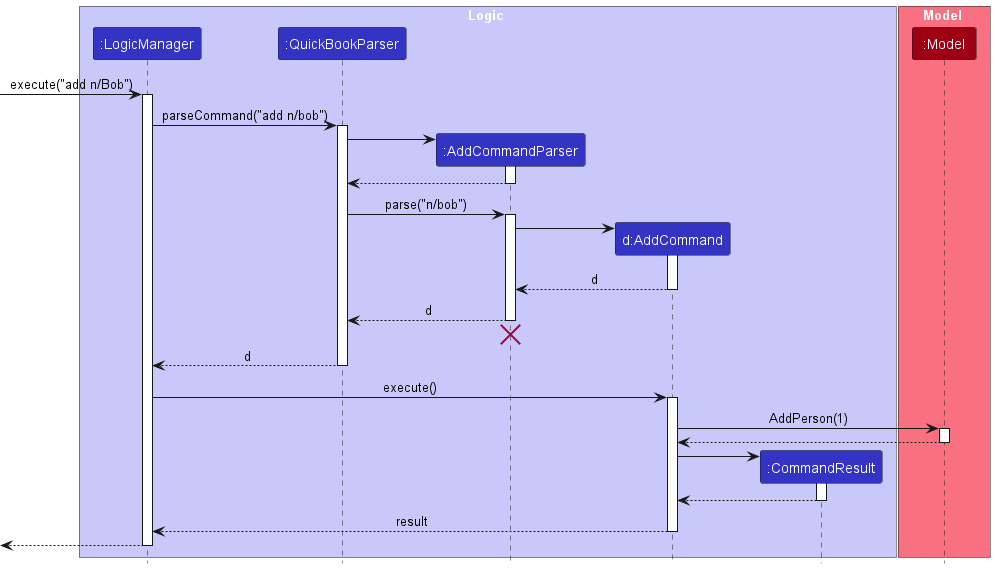
Earlier version of the PlantUML export docs/images/AddSequenceDiagram.png (nus-cs2103-AY2223S2/tp). Its source is kept beside it as docs/diagrams/AddSequenceDiagram.puml.
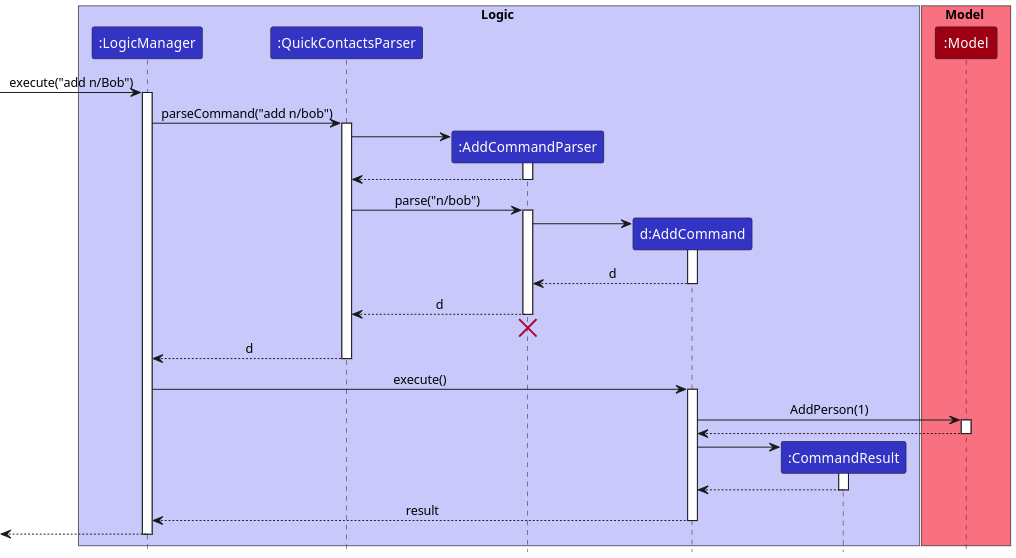
Above is the later version.

What changed in the source:
```diff
@@ -3,7 +3,7 @@
 
 box Logic LOGIC_COLOR_T1
 participant ":LogicManager" as LogicManager LOGIC_COLOR
-participant ":QuickBookParser" as QuickBookParser LOGIC_COLOR
+participant ":QuickContactsParser" as QuickContactsParser LOGIC_COLOR
 participant ":AddCommandParser" as AddCommandParser LOGIC_COLOR
 participant "d:AddCommand" as AddCommand LOGIC_COLOR
 participant ":CommandResult" as CommandResult LOGIC_COLOR
@@ -16,17 +16,17 @@
 [-> LogicManager : execute("add n/Bob")
 activate LogicManager
 
-LogicManager -> QuickBookParser : parseCommand("add n/bob")
-activate QuickBookParser
+LogicManager -> QuickContactsParser : parseCommand("add n/bob")
+activate QuickContactsParser
 
 create AddCommandParser
-QuickBookParser -> AddCommandParser
+QuickContactsParser -> AddCommandParser
 activate AddCommandParser
 
-AddCommandParser --> QuickBookParser
+AddCommandParser --> QuickContactsParser
 deactivate AddCommandParser
 
-QuickBookParser -> AddCommandParser : parse("n/bob")
+QuickContactsParser -> AddCommandParser : parse("n/bob")
 activate AddCommandParser
 
 create AddCommand
@@ -36,13 +36,13 @@
 AddCommand --> AddCommandParser : d
 deactivate AddCommand
 
-AddCommandParser --> QuickBookParser : d
+AddCommandParser --> QuickContactsParser : d
 deactivate AddCommandParser
-AddCommandParser -[hidden]-> QuickBookParser
+AddCommandParser -[hidden]-> QuickContactsParser
 destroy AddCommandParser
 
-QuickBookParser --> LogicManager : d
-deactivate QuickBookParser
+QuickContactsParser --> LogicManager : d
+deactivate QuickContactsParser
 
 LogicManager -> AddCommand : execute()
 activate AddCommand
```
